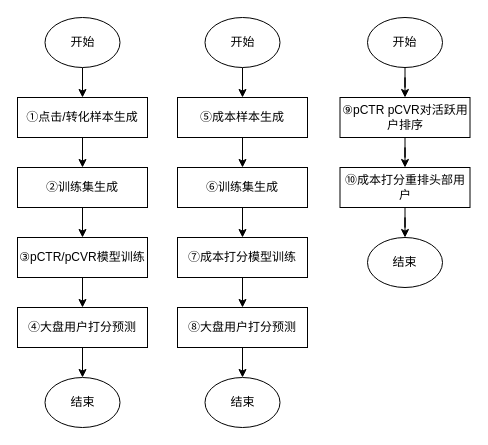
Earlier version of the draw.io diagram 自动挖包.drawio (wsix/diagrams). Source tidied: cells renumbered, new cells numbered last; positions are measured from the earlier drawing's top-left corner, leaving out a move shared by most shapes. Both pictures are drawn from the tidied source at 100%, with x=0, y=0 at pixel (17, 17).
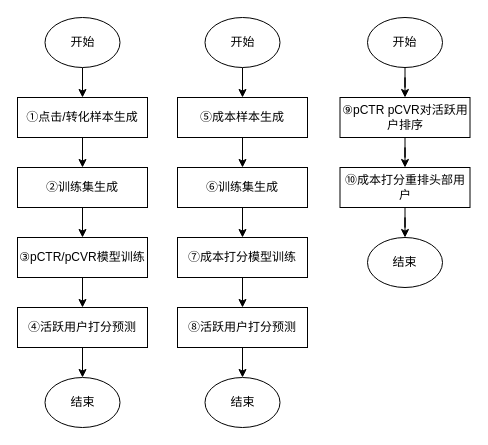
After the change.

Diff of the diagram source:
```diff
@@
-    <mxCell id="16" value="④大盘用户打分预测" style="rounded=0;whiteSpace=wrap;html=1;" parent="1" vertex="1">
+    <mxCell id="16" value="④活跃用户打分预测" style="rounded=0;whiteSpace=wrap;html=1;" parent="1" vertex="1">
       <mxGeometry y="290" width="130" height="40" as="geometry" />
     </mxCell>
@@
-    <mxCell id="23" value="⑧大盘用户打分预测" style="rounded=0;whiteSpace=wrap;html=1;" parent="1" vertex="1">
+    <mxCell id="23" value="⑧活跃用户打分预测" style="rounded=0;whiteSpace=wrap;html=1;" parent="1" vertex="1">
       <mxGeometry x="160" y="290" width="130" height="40" as="geometry" />
     </mxCell>
```
